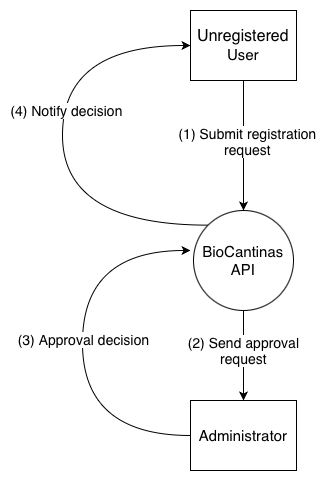
This is Deliverables/phase1/diagrams/DFD/Registration/Registration_level0.png from mei-desofs/desofs2026-thu_ffs_1, a draw.io export, as it was before one commit. Source tidied: cells renumbered, new cells last; positions are measured from the earlier drawing's top-left corner, leaving out a move shared by most shapes.
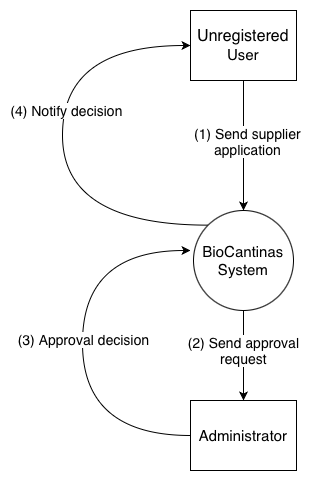
Above is the later version.

The edit, as a diff of the source:
```diff
@@ -19,13 +19,13 @@
     <mxCell id="5" value="(4) Notify decision" style="edgeLabel;html=1;align=center;verticalAlign=middle;fontSize=14;" parent="4" vertex="1">
       <mxGeometry x="0.15" y="-3" relative="1" as="geometry" />
     </mxCell>
-    <mxCell id="6" value="BioCantinas API" style="shape=ellipse;html=1;dashed=0;whiteSpace=wrap;perimeter=ellipsePerimeter;fontSize=15;" parent="1" vertex="1">
+    <mxCell id="6" value="BioCantinas System" style="shape=ellipse;html=1;dashed=0;whiteSpace=wrap;perimeter=ellipsePerimeter;fontSize=15;" parent="1" vertex="1">
       <mxGeometry x="131" y="200" width="100" height="100" as="geometry" />
     </mxCell>
     <mxCell id="7" style="edgeStyle=orthogonalEdgeStyle;rounded=0;jettySize=auto;html=1;exitX=0.5;exitY=1;exitDx=0;exitDy=0;entryX=0.5;entryY=0;entryDx=0;entryDy=0;" parent="1" edge="1" source="9" target="6">
       <mxGeometry relative="1" as="geometry" />
     </mxCell>
-    <mxCell id="8" value="&lt;font style=&quot;font-size: 14px;&quot;&gt;(1) Submit registration&lt;/font&gt;&lt;div&gt;&lt;font style=&quot;font-size: 14px;&quot;&gt;request&lt;/font&gt;&lt;/div&gt;" style="edgeLabel;html=1;align=center;verticalAlign=middle;" parent="7" vertex="1">
+    <mxCell id="8" value="&lt;font style=&quot;font-size: 14px;&quot;&gt;(1) Send supplier&lt;/font&gt;&lt;div&gt;&lt;font style=&quot;font-size: 14px;&quot;&gt;application&lt;/font&gt;&lt;/div&gt;" style="edgeLabel;html=1;align=center;verticalAlign=middle;" parent="7" vertex="1">
       <mxGeometry x="-0.08" y="3" relative="1" as="geometry" />
     </mxCell>
     <mxCell id="9" value="&lt;span style=&quot;color: rgb(0, 0, 0);&quot;&gt;&lt;span style=&quot;text-align: start; caret-color: rgb(255, 255, 255); font-size: medium;&quot;&gt;Unregistered&lt;/span&gt;&lt;br&gt;&lt;/span&gt;&lt;div&gt;User&lt;/div&gt;" style="html=1;dashed=0;whiteSpace=wrap;fontSize=15;" parent="1" vertex="1">
```
